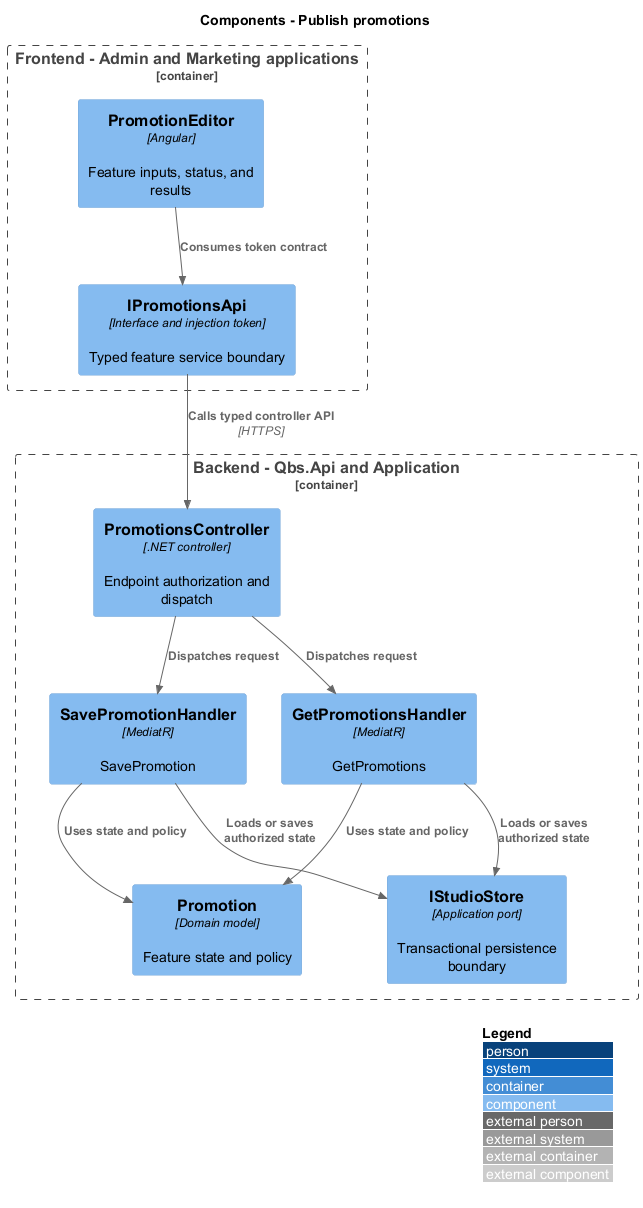
Above: docs/detailed-designs/public-presentation/publish-promotions/diagrams/c4-component.png in QuinntyneBrown/quinntyne-brown-studio (PlantUML), before the change. Its diagram source:
```plantuml
@startuml
!include <C4/C4_Component>
LAYOUT_WITH_LEGEND()
title Components - Publish promotions
Container_Boundary(frontend, "Frontend - Admin and Marketing applications") {
 Component(page, "PromotionEditor", "Angular", "Feature inputs, status, and results")
 Component(client, "IPromotionsApi", "Interface and injection token", "Typed feature service boundary")
}
Container_Boundary(api, "Backend - Qbs.Api and Application") {
 Component(ctrl, "PromotionsController", ".NET controller", "Endpoint authorization and dispatch")
 Component(handler0, "SavePromotionHandler", "MediatR", "SavePromotion")
 Component(handler1, "GetPromotionsHandler", "MediatR", "GetPromotions")
 Component(entity, "Promotion", "Domain model", "Feature state and policy")
 Component(store, "IStudioStore", "Application port", "Transactional persistence boundary")
}
Rel(page, client, "Consumes token contract")
Rel(client, ctrl, "Calls typed controller API", "HTTPS")
Rel(ctrl, handler0, "Dispatches request")
Rel(handler0, entity, "Uses state and policy")
Rel(handler0, store, "Loads or saves authorized state")
Rel(ctrl, handler1, "Dispatches request")
Rel(handler1, entity, "Uses state and policy")
Rel(handler1, store, "Loads or saves authorized state")
@enduml
```
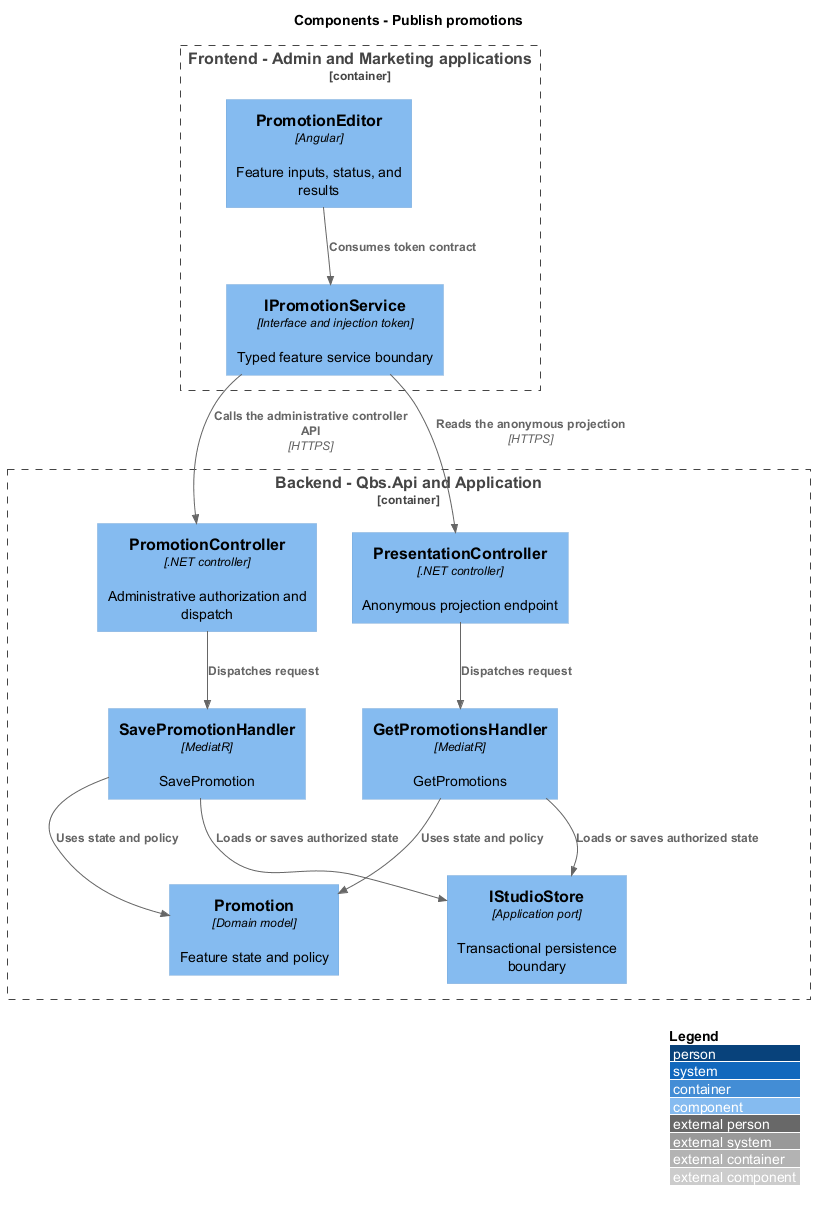
After the commit.

Diff of the diagram source:
```diff
@@ -4,21 +4,23 @@
 title Components - Publish promotions
 Container_Boundary(frontend, "Frontend - Admin and Marketing applications") {
  Component(page, "PromotionEditor", "Angular", "Feature inputs, status, and results")
- Component(client, "IPromotionsApi", "Interface and injection token", "Typed feature service boundary")
+ Component(client, "IPromotionService", "Interface and injection token", "Typed feature service boundary")
 }
 Container_Boundary(api, "Backend - Qbs.Api and Application") {
- Component(ctrl, "PromotionsController", ".NET controller", "Endpoint authorization and dispatch")
+ Component(ctrl, "PromotionController", ".NET controller", "Administrative authorization and dispatch")
+ Component(publicCtrl, "PresentationController", ".NET controller", "Anonymous projection endpoint")
  Component(handler0, "SavePromotionHandler", "MediatR", "SavePromotion")
  Component(handler1, "GetPromotionsHandler", "MediatR", "GetPromotions")
  Component(entity, "Promotion", "Domain model", "Feature state and policy")
  Component(store, "IStudioStore", "Application port", "Transactional persistence boundary")
 }
 Rel(page, client, "Consumes token contract")
-Rel(client, ctrl, "Calls typed controller API", "HTTPS")
+Rel(client, ctrl, "Calls the administrative controller API", "HTTPS")
+Rel(client, publicCtrl, "Reads the anonymous projection", "HTTPS")
 Rel(ctrl, handler0, "Dispatches request")
 Rel(handler0, entity, "Uses state and policy")
 Rel(handler0, store, "Loads or saves authorized state")
-Rel(ctrl, handler1, "Dispatches request")
+Rel(publicCtrl, handler1, "Dispatches request")
 Rel(handler1, entity, "Uses state and policy")
 Rel(handler1, store, "Loads or saves authorized state")
 @enduml
```
